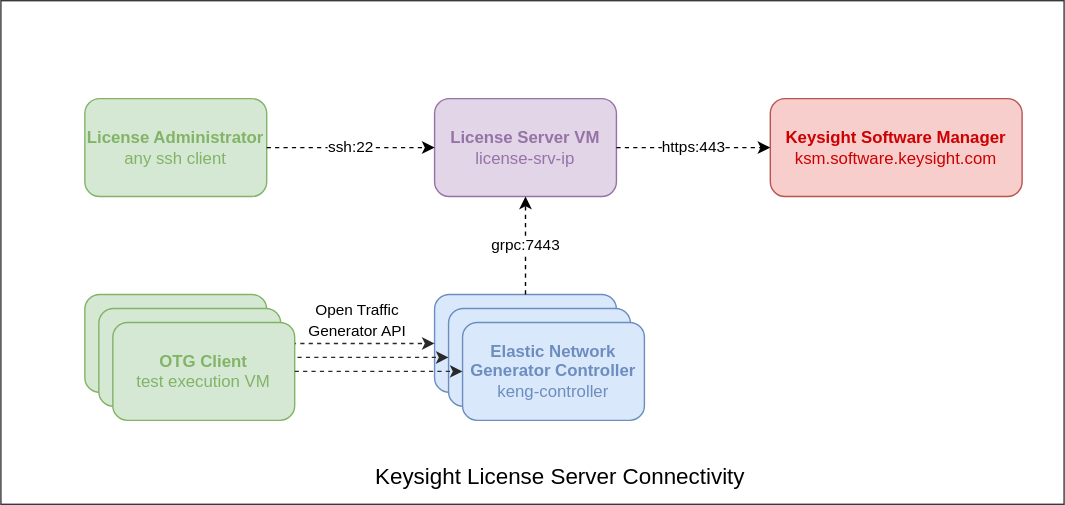
This is docs/res/license-server.drawio.svg from open-traffic-generator/ixia-c, a draw.io export, as it was before one commit. Source tidied: cells renumbered, new cells last; positions are measured from the earlier drawing's top-left corner, leaving out a move shared by most shapes.
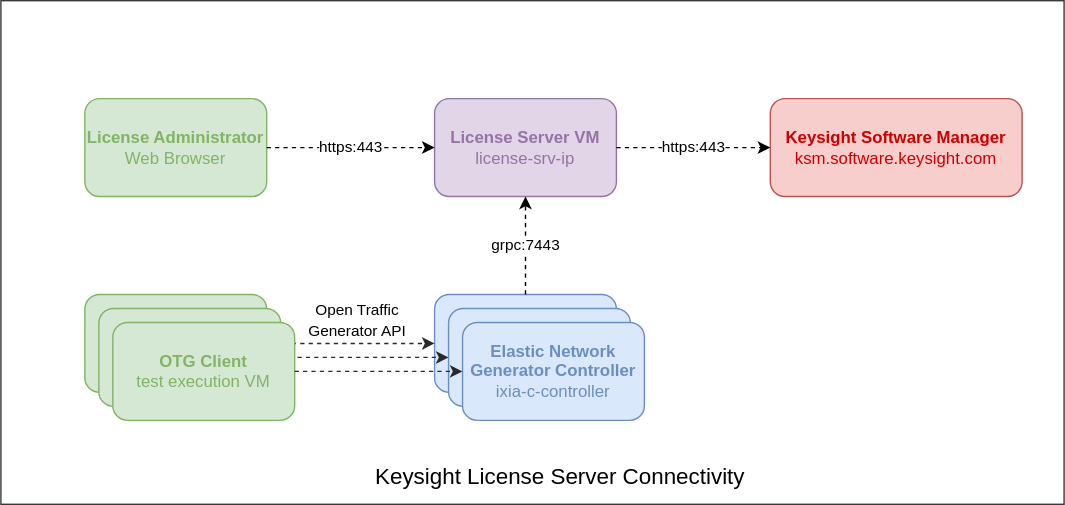
The same file after the commit.

What changed in the source:
```diff
@@ -28,10 +28,10 @@
     <mxCell id="9" value="grpc:7443" style="edgeStyle=orthogonalEdgeStyle;rounded=1;jettySize=auto;html=1;entryX=0.5;entryY=1;entryDx=0;entryDy=0;dashed=1;fontColor=#000000;startArrow=none;startFill=0;endArrow=classic;endFill=1;exitX=0.5;exitY=0;exitDx=0;exitDy=0;labelBackgroundColor=#FFFFFF;strokeColor=#000000;" parent="1" edge="1" source="4" target="8">
       <mxGeometry relative="1" as="geometry" />
     </mxCell>
-    <mxCell id="10" value="License Administrator&lt;br&gt;&lt;span style=&quot;font-weight: normal;&quot;&gt;any ssh client&lt;/span&gt;" style="rounded=1;whiteSpace=wrap;html=1;fillColor=#d5e8d4;strokeColor=#82b366;fontStyle=1;fillStyle=hachure;fontColor=#82B366;" parent="1" vertex="1">
+    <mxCell id="10" value="License Administrator&lt;br&gt;&lt;span style=&quot;font-weight: normal;&quot;&gt;Web Browser&lt;/span&gt;" style="rounded=1;whiteSpace=wrap;html=1;fillColor=#d5e8d4;strokeColor=#82b366;fontStyle=1;fillStyle=hachure;fontColor=#82B366;" parent="1" vertex="1">
       <mxGeometry x="60" y="70" width="130" height="70" as="geometry" />
     </mxCell>
-    <mxCell id="11" value="ssh:22" style="edgeStyle=orthogonalEdgeStyle;rounded=1;jettySize=auto;html=1;entryX=0;entryY=0.5;entryDx=0;entryDy=0;dashed=1;fontColor=#000000;startArrow=none;startFill=0;endArrow=classic;endFill=1;exitX=1;exitY=0.5;exitDx=0;exitDy=0;labelBackgroundColor=#FFFFFF;strokeColor=#000000;" parent="1" edge="1" source="10" target="8">
+    <mxCell id="11" value="https:443" style="edgeStyle=orthogonalEdgeStyle;rounded=1;jettySize=auto;html=1;entryX=0;entryY=0.5;entryDx=0;entryDy=0;dashed=1;fontColor=#000000;startArrow=none;startFill=0;endArrow=classic;endFill=1;exitX=1;exitY=0.5;exitDx=0;exitDy=0;labelBackgroundColor=#FFFFFF;strokeColor=#000000;" parent="1" edge="1" source="10" target="8">
       <mxGeometry relative="1" as="geometry" />
     </mxCell>
     <mxCell id="12" value="Keysight Software Manager&lt;br&gt;&lt;span style=&quot;font-weight: 400;&quot;&gt;ksm.software.keysight.com&lt;/span&gt;" style="rounded=1;whiteSpace=wrap;html=1;fillColor=#f8cecc;strokeColor=#b85450;fontStyle=1;fillStyle=hachure;fontColor=#CC0000;" parent="1" vertex="1">
@@ -54,7 +54,7 @@
     <mxCell id="17" value="OTG Client&lt;br&gt;&lt;span style=&quot;font-weight: normal;&quot;&gt;test execution VM&lt;/span&gt;" style="rounded=1;whiteSpace=wrap;html=1;fillColor=#d5e8d4;strokeColor=#82b366;fontStyle=1;fillStyle=hachure;fontColor=#82B366;" parent="1" vertex="1">
       <mxGeometry x="80" y="230" width="130" height="70" as="geometry" />
     </mxCell>
-    <mxCell id="18" value="&lt;font style=&quot;&quot;&gt;&lt;b&gt;Elastic Network Generator Controller&lt;/b&gt;&lt;br&gt;&lt;font style=&quot;font-size: 12px;&quot;&gt;keng-controller&lt;/font&gt;&lt;br&gt;&lt;/font&gt;" style="rounded=1;whiteSpace=wrap;html=1;fillColor=#dae8fc;strokeColor=#6c8ebf;fillStyle=hachure;fontColor=#6C8EBF;" parent="1" vertex="1">
+    <mxCell id="18" value="&lt;font style=&quot;&quot;&gt;&lt;b&gt;Elastic Network Generator Controller&lt;/b&gt;&lt;br&gt;ixia-c-controller&lt;br&gt;&lt;/font&gt;" style="rounded=1;whiteSpace=wrap;html=1;fillColor=#dae8fc;strokeColor=#6c8ebf;fillStyle=hachure;fontColor=#6C8EBF;" parent="1" vertex="1">
       <mxGeometry x="330" y="230" width="130" height="70" as="geometry" />
     </mxCell>
     <mxCell id="19" style="endArrow=classic;startArrow=none;html=1;strokeColor=#2a2a2a;fontColor=#333333;startFill=0;dashed=1;" parent="1" edge="1" source="17">
```
